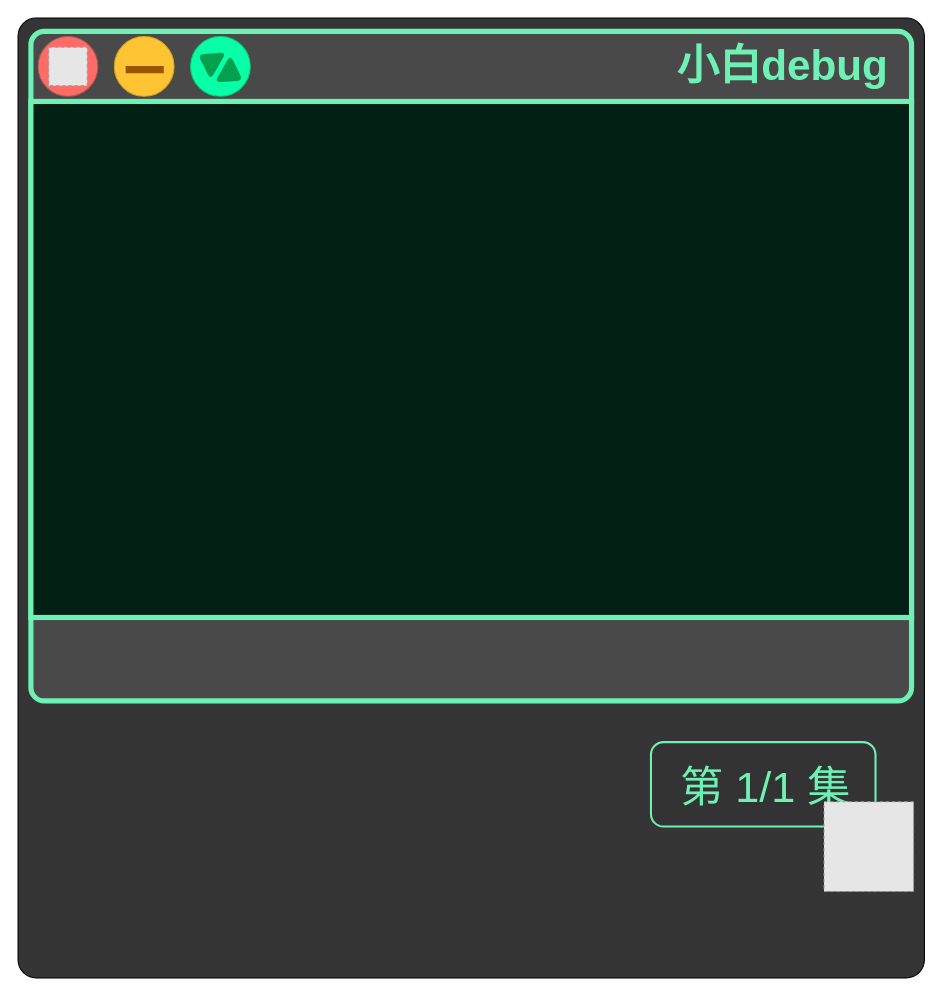
Before: network/视频窗口3.drawio in xiaobaiTech/image, a draw.io diagram. Source tidied: cells renumbered, new cells numbered last; positions are measured from the earlier drawing's top-left corner, leaving out a move shared by most shapes. Both pictures are drawn from the tidied source at 103%, with x=0, y=0 at pixel (18, 18). Pictures stored in the file or linked from it are replaced by grey dashed boxes.
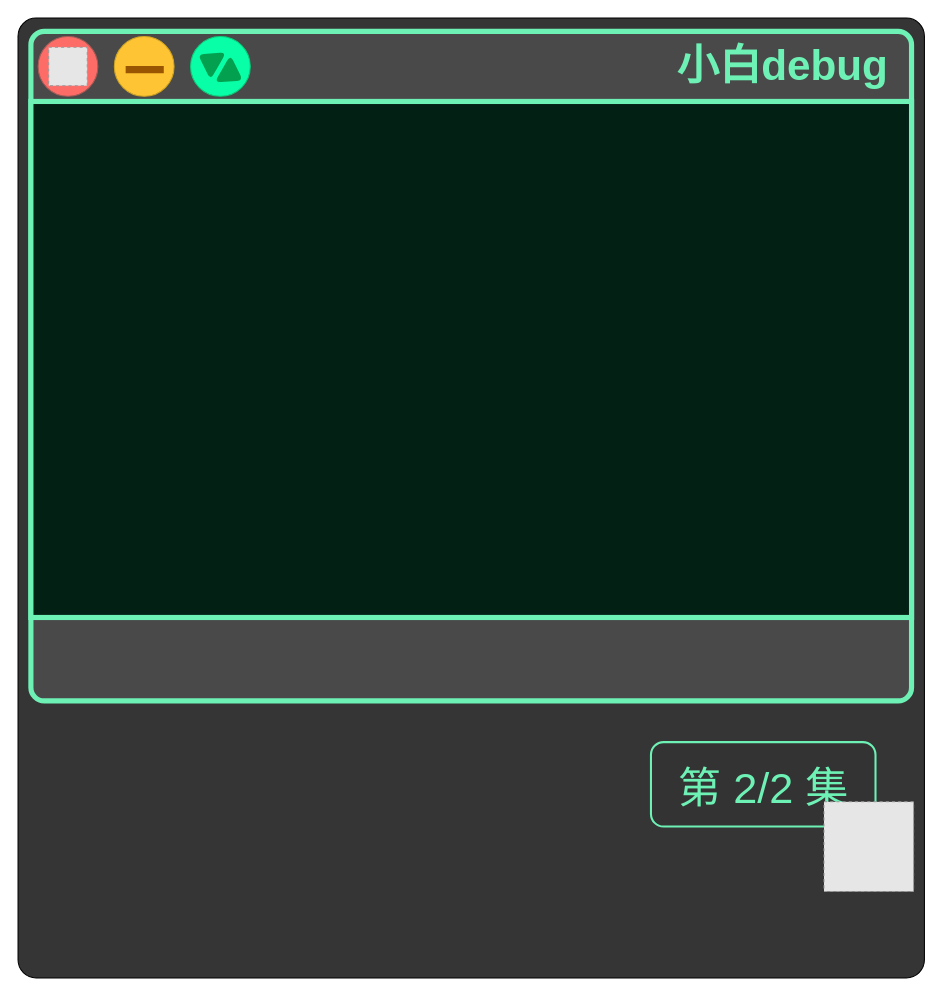
The same diagram, later.

Commit message:
更新视频窗口3.drawio

Diff of the diagram source:
```diff
@@
 <mxGraphModel>
   <root>
     <mxCell id="0" />
     <mxCell id="1" parent="0" />
     <mxCell id="2" style="rounded=1;whiteSpace=wrap;html=1;arcSize=2;fillColor=#353535;" parent="1" vertex="1">
       <mxGeometry width="880" height="932" as="geometry" />
     </mxCell>
     <mxCell id="3" style="rounded=1;whiteSpace=wrap;html=1;arcSize=2;strokeWidth=5;fillColor=#494949;strokeColor=#6EF1B5;" parent="1" vertex="1">
       <mxGeometry x="12.5" y="13" width="855" height="650" as="geometry" />
     </mxCell>
     <mxCell id="4" style="rounded=1;whiteSpace=wrap;html=1;arcSize=0;strokeWidth=5;fillColor=#032014;strokeColor=#6EF1B5;" parent="1" vertex="1">
       <mxGeometry x="12.5" y="81" width="855" height="501" as="geometry" />
     </mxCell>
     <mxCell id="5" style="rounded=1;whiteSpace=wrap;html=1;strokeWidth=2;fontSize=89;fillColor=#333333;strokeColor=#6ef1b5;" parent="1" vertex="1">
       <mxGeometry x="614.5" y="703" width="218" height="82" as="geometry" />
     </mxCell>
-    <mxCell id="6" value="&lt;font color=&quot;#6ef1b5&quot; style=&quot;font-size: 42px;&quot;&gt;第 1/1 集&lt;/font&gt;" style="text;html=1;strokeColor=none;fillColor=none;align=center;verticalAlign=middle;whiteSpace=wrap;rounded=0;strokeWidth=5;fontSize=89;" parent="1" vertex="1">
-      <mxGeometry x="633.5" y="691" width="184" height="79" as="geometry" />
+    <mxCell id="6" value="&lt;font color=&quot;#6ef1b5&quot; style=&quot;font-size: 42px;&quot;&gt;第 2/2 集&lt;/font&gt;" style="text;html=1;strokeColor=none;fillColor=none;align=center;verticalAlign=middle;whiteSpace=wrap;rounded=0;strokeWidth=5;fontSize=89;" parent="1" vertex="1">
+      <mxGeometry x="631.5" y="692" width="184" height="79" as="geometry" />
     </mxCell>
     <mxCell id="7" style="ellipse;whiteSpace=wrap;html=1;fillColor=#09FFA7;strokeColor=#0CCC7A;" parent="1" vertex="1">
       <mxGeometry x="167.5" y="18" width="58" height="58" as="geometry" />
     </mxCell>
     <mxCell id="8" style="ellipse;whiteSpace=wrap;html=1;fillColor=#FEC434;strokeColor=#D2A621;" parent="1" vertex="1">
       <mxGeometry x="93.5" y="18" width="58" height="58" as="geometry" />
     </mxCell>
     <mxCell id="9" style="endArrow=none;html=1;rounded=0;strokeWidth=7;fontSize=51;fontColor=#02a04f;strokeColor=#995501;" parent="1" edge="1">
       <mxGeometry relative="1" as="geometry">
         <mxPoint x="104.5" y="50" as="sourcePoint" />
         <mxPoint x="141.5" y="50" as="targetPoint" />
       </mxGeometry>
     </mxCell>
     <mxCell id="10" style="ellipse;whiteSpace=wrap;html=1;fillColor=#FE6C68;strokeColor=#A95B56;" parent="1" vertex="1">
       <mxGeometry x="19.5" y="18" width="58" height="58" as="geometry" />
     </mxCell>
     <mxCell id="11" style="fillColor=#E6E6E6;strokeColor=#999999;dashed=1;verticalLabelPosition=bottom;labelBackgroundColor=default;verticalAlign=top;" parent="1" vertex="1">
       <mxGeometry x="29.8" y="28.3" width="37.4" height="37.4" as="geometry" />
     </mxCell>
     <mxCell id="12" style="group;rotation=30;" parent="1" vertex="1">
       <mxGeometry x="170" y="32.6" width="53" height="30.7" as="geometry" />
     </mxCell>
     <mxCell id="13" style="triangle;whiteSpace=wrap;html=1;strokeColor=none;fillColor=#02A04F;rounded=1;arcSize=12;rotation=30;" parent="12" vertex="1">
       <mxGeometry x="27" y="7" width="23" height="30.7" as="geometry" />
     </mxCell>
     <mxCell id="14" style="triangle;whiteSpace=wrap;html=1;strokeColor=none;fillColor=#02A04F;rounded=1;arcSize=12;flipH=1;rotation=30;" parent="12" vertex="1">
       <mxGeometry x="3" y="-7" width="23" height="30.7" as="geometry" />
     </mxCell>
     <mxCell id="15" style="fillColor=#E6E6E6;strokeColor=#999999;dashed=1;verticalLabelPosition=bottom;labelBackgroundColor=default;verticalAlign=top;" parent="1" vertex="1">
       <mxGeometry x="782.5" y="761" width="87" height="87" as="geometry" />
     </mxCell>
     <mxCell id="16" value="&lt;font size=&quot;1&quot; style=&quot;&quot;&gt;&lt;b style=&quot;font-size: 41px;&quot;&gt;小白debug&lt;/b&gt;&lt;/font&gt;" style="text;html=1;strokeColor=none;fillColor=none;align=center;verticalAlign=middle;whiteSpace=wrap;rounded=0;fontColor=#6ef1b5;" parent="1" vertex="1">
       <mxGeometry x="635.5" y="18" width="213" height="58" as="geometry" />
     </mxCell>
   </root>
 </mxGraphModel>
```
